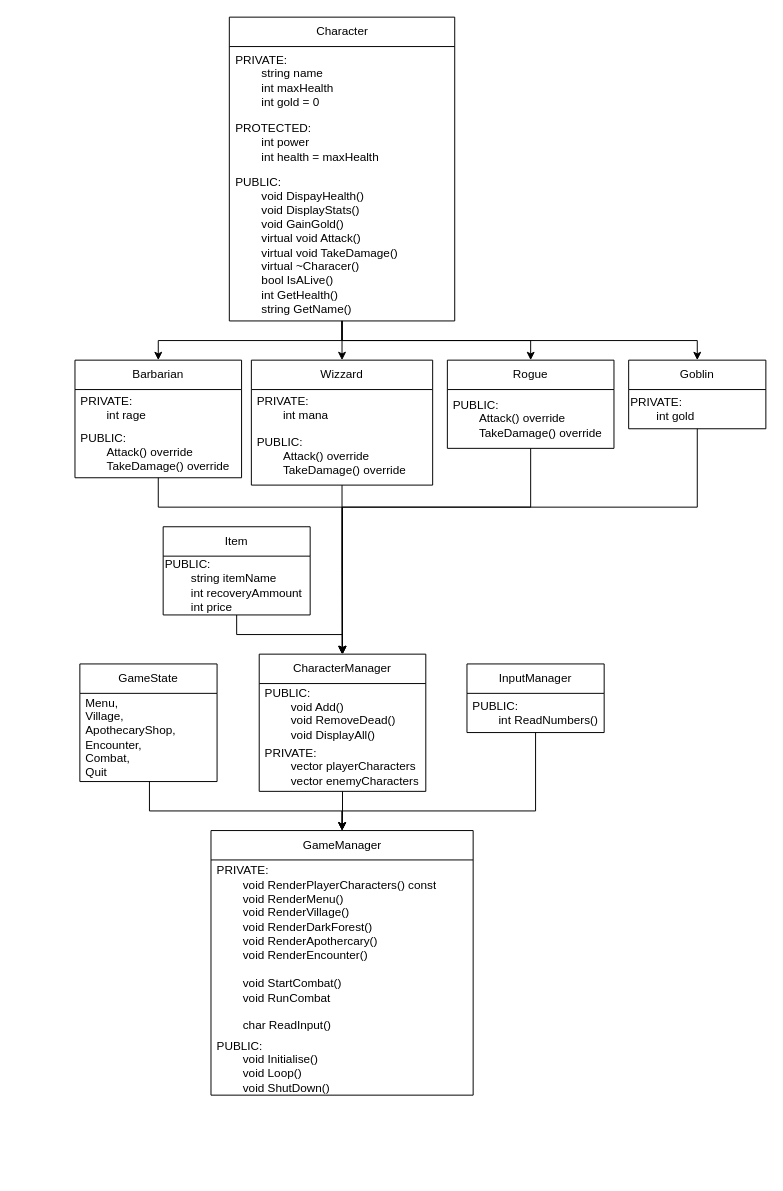
Before: RPG Console.drawio in Edouard-Laffont/RPG-Console, a draw.io diagram. Source tidied: cells renumbered, new cells numbered last; positions are measured from the earlier drawing's top-left corner, leaving out a move shared by most shapes. Both pictures are drawn from the tidied source at 98%, with x=0, y=0 at pixel (74, 17).
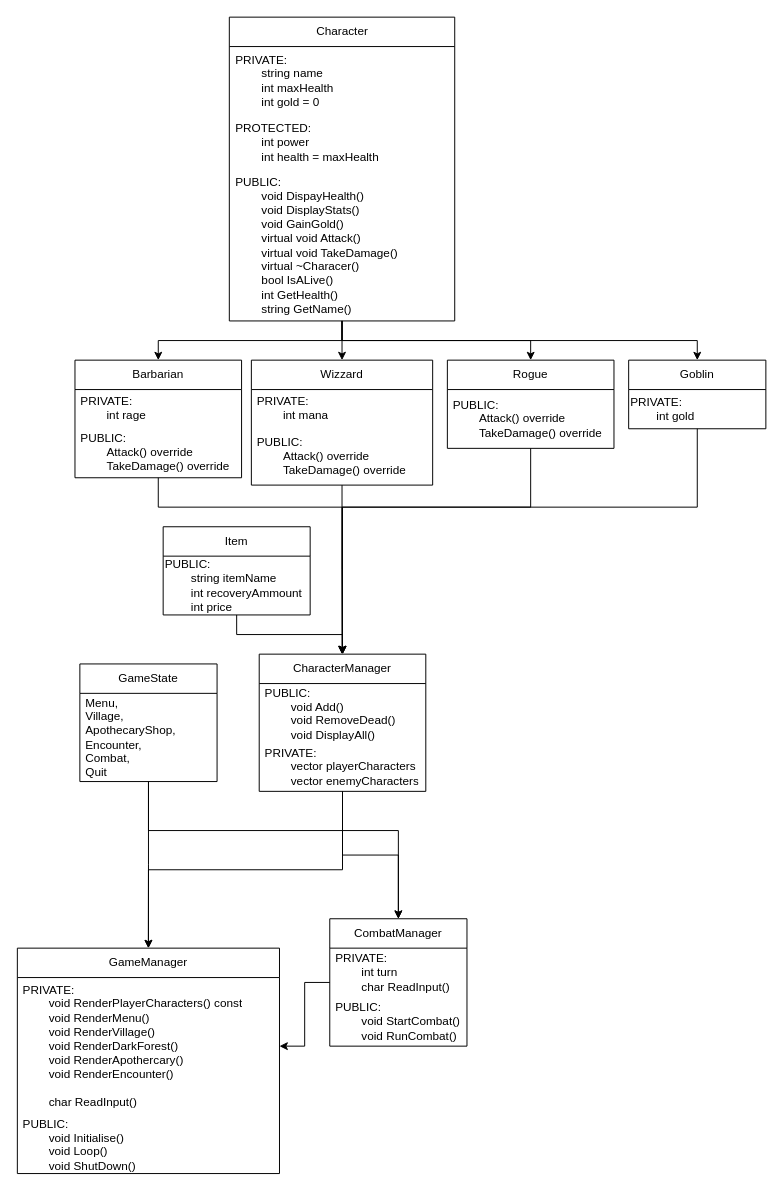
After the change.

Commit message (it also covers changes not shown here):
Mettre à jour RPG Console.drawio

Unchanged cells that the change refers to:
```xml
<mxCell id="22" value="CharacterManager" style="swimlane;fontStyle=0;horizontal=1;startSize=30;whiteSpace=wrap;html=1;" parent="1" vertex="1">
  <mxGeometry x="188" y="650" width="170" height="140" as="geometry" />
</mxCell>
<mxCell id="32" value="GameState" style="swimlane;fontStyle=0;horizontal=1;startSize=30;whiteSpace=wrap;html=1;" parent="1" vertex="1">
  <mxGeometry x="5" y="660" width="140" height="120" as="geometry" />
</mxCell>
```

Diff of the diagram source:
```diff
@@
-    <mxCell id="21" style="edgeStyle=orthogonalEdgeStyle;rounded=0;jettySize=auto;html=1;defaultLabelBackgroundColor=page;" parent="1" edge="1" source="22" target="25">
+    <mxCell id="21" style="edgeStyle=orthogonalEdgeStyle;rounded=0;jettySize=auto;html=1;entryX=0.5;entryY=0;entryDx=0;entryDy=0;defaultLabelBackgroundColor=page;" parent="1" edge="1" source="22" target="25">
       <mxGeometry relative="1" as="geometry" />
     </mxCell>
+    <mxCell id="40" style="edgeStyle=orthogonalEdgeStyle;rounded=0;jettySize=auto;html=1;entryX=0.5;entryY=0;entryDx=0;entryDy=0;defaultLabelBackgroundColor=page;" parent="1" edge="1" source="22" target="43">
+      <mxGeometry relative="1" as="geometry" />
+    </mxCell>
@@
     <mxCell id="25" value="GameManager" style="swimlane;fontStyle=0;horizontal=1;startSize=30;whiteSpace=wrap;html=1;" parent="1" vertex="1">
-      <mxGeometry x="138.8" y="830" width="267.5" height="270" as="geometry" />
+      <mxGeometry x="-58.8" y="950" width="267.5" height="230" as="geometry" />
     </mxCell>
-    <mxCell id="26" value="PRIVATE:&lt;div&gt;&lt;span style=&quot;white-space: pre;&quot;&gt;&#9;&lt;/span&gt;&lt;span style=&quot;background-color: transparent; color: light-dark(#000000, var(--ge-light-color, #ffffff));&quot;&gt;void RenderPlayerCharacters() const&lt;/span&gt;&lt;br&gt;&lt;/div&gt;&lt;div&gt;&lt;span style=&quot;white-space: pre;&quot;&gt;&#9;&lt;/span&gt;void RenderMenu()&lt;span style=&quot;background-color: transparent; color: light-dark(#000000, var(--ge-light-color, #ffffff));&quot;&gt;&lt;/span&gt;&lt;/div&gt;&lt;div&gt;&lt;span style=&quot;white-space: pre;&quot;&gt;&#9;&lt;/span&gt;void RenderVillage()&lt;br&gt;&lt;/div&gt;&lt;div&gt;&lt;span style=&quot;white-space: pre;&quot;&gt;&#9;&lt;/span&gt;void RenderDarkForest()&lt;br&gt;&lt;/div&gt;&lt;div&gt;&lt;span style=&quot;white-space: pre;&quot;&gt;&#9;&lt;/span&gt;void RenderApothercary()&lt;/div&gt;&lt;div&gt;&lt;span style=&quot;white-space: pre;&quot;&gt;&#9;&lt;/span&gt;void RenderEncounter()&lt;/div&gt;&lt;div&gt;&lt;br&gt;&lt;/div&gt;&lt;div&gt;&lt;span style=&quot;white-space: pre;&quot;&gt;&#9;&lt;/span&gt;void StartCombat()&lt;/div&gt;&lt;div&gt;&lt;span style=&quot;white-space: pre;&quot;&gt;&#9;&lt;/span&gt;void RunCombat&lt;/div&gt;&lt;div&gt;&lt;br&gt;&lt;/div&gt;&lt;div&gt;&lt;span style=&quot;white-space: pre;&quot;&gt;&#9;&lt;/span&gt;char ReadInput()&lt;/div&gt;" style="text;strokeColor=none;fillColor=none;align=left;verticalAlign=middle;spacingLeft=4;spacingRight=4;overflow=hidden;points=[[0,0.5],[1,0.5]];portConstraint=eastwest;whiteSpace=wrap;html=1;" parent="25" vertex="1">
-      <mxGeometry y="30" width="267.5" height="180" as="geometry" />
+    <mxCell id="26" value="PRIVATE:&lt;div&gt;&lt;span style=&quot;white-space: pre;&quot;&gt;&#9;&lt;/span&gt;&lt;span style=&quot;background-color: transparent; color: light-dark(#000000, var(--ge-light-color, #ffffff));&quot;&gt;void RenderPlayerCharacters() const&lt;/span&gt;&lt;br&gt;&lt;/div&gt;&lt;div&gt;&lt;span style=&quot;white-space: pre;&quot;&gt;&#9;&lt;/span&gt;void RenderMenu()&lt;span style=&quot;background-color: transparent; color: light-dark(#000000, var(--ge-light-color, #ffffff));&quot;&gt;&lt;/span&gt;&lt;/div&gt;&lt;div&gt;&lt;span style=&quot;white-space: pre;&quot;&gt;&#9;&lt;/span&gt;void RenderVillage()&lt;br&gt;&lt;/div&gt;&lt;div&gt;&lt;span style=&quot;white-space: pre;&quot;&gt;&#9;&lt;/span&gt;void RenderDarkForest()&lt;br&gt;&lt;/div&gt;&lt;div&gt;&lt;span style=&quot;white-space: pre;&quot;&gt;&#9;&lt;/span&gt;void RenderApothercary()&lt;/div&gt;&lt;div&gt;&lt;span style=&quot;white-space: pre;&quot;&gt;&#9;&lt;/span&gt;void RenderEncounter()&lt;/div&gt;&lt;div&gt;&lt;br&gt;&lt;/div&gt;&lt;div&gt;&lt;span style=&quot;white-space: pre;&quot;&gt;&#9;&lt;/span&gt;char ReadInput()&lt;/div&gt;" style="text;strokeColor=none;fillColor=none;align=left;verticalAlign=middle;spacingLeft=4;spacingRight=4;overflow=hidden;points=[[0,0.5],[1,0.5]];portConstraint=eastwest;whiteSpace=wrap;html=1;" parent="25" vertex="1">
+      <mxGeometry y="30" width="267.5" height="140" as="geometry" />
     </mxCell>
     <mxCell id="27" value="PUBLIC:&lt;div&gt;&lt;span style=&quot;white-space: pre;&quot;&gt;&#9;&lt;/span&gt;void Initialise()&lt;br&gt;&lt;/div&gt;&lt;div&gt;&lt;span style=&quot;white-space: pre;&quot;&gt;&#9;&lt;/span&gt;void Loop()&lt;br&gt;&lt;/div&gt;&lt;div&gt;&lt;span style=&quot;white-space: pre;&quot;&gt;&#9;&lt;/span&gt;void ShutDown()&lt;/div&gt;" style="text;strokeColor=none;fillColor=none;align=left;verticalAlign=middle;spacingLeft=4;spacingRight=4;overflow=hidden;whiteSpace=wrap;html=1;" parent="25" vertex="1">
-      <mxGeometry y="210" width="267.5" height="60" as="geometry" />
+      <mxGeometry y="170" width="267.5" height="60" as="geometry" />
     </mxCell>
-    <mxCell id="28" style="edgeStyle=orthogonalEdgeStyle;rounded=0;jettySize=auto;html=1;defaultLabelBackgroundColor=page;" parent="1" edge="1" source="29" target="25">
-      <mxGeometry relative="1" as="geometry">
-        <Array as="points">
-          <mxPoint x="470" y="810" />
-          <mxPoint x="272.5" y="810" />
-        </Array>
-      </mxGeometry>
-    </mxCell>
-    <mxCell id="29" value="InputManager" style="swimlane;fontStyle=0;horizontal=1;startSize=30;whiteSpace=wrap;html=1;" parent="1" vertex="1">
-      <mxGeometry x="400" y="660" width="140" height="70" as="geometry" />
-    </mxCell>
-    <mxCell id="30" value="PUBLIC:&lt;div&gt;&lt;span style=&quot;white-space: pre;&quot;&gt;&#9;&lt;/span&gt;int ReadNumbers()&lt;br&gt;&lt;/div&gt;" style="text;strokeColor=none;fillColor=none;align=left;verticalAlign=middle;spacingLeft=4;spacingRight=4;overflow=hidden;whiteSpace=wrap;html=1;" parent="29" vertex="1">
-      <mxGeometry y="30" width="140" height="40" as="geometry" />
-    </mxCell>
     <mxCell id="31" style="edgeStyle=orthogonalEdgeStyle;rounded=0;jettySize=auto;html=1;entryX=0.5;entryY=0;entryDx=0;entryDy=0;defaultLabelBackgroundColor=page;" parent="1" edge="1" source="32" target="25">
-      <mxGeometry relative="1" as="geometry">
-        <Array as="points">
-          <mxPoint x="76" y="810" />
-          <mxPoint x="272.5" y="810" />
-        </Array>
-      </mxGeometry>
+      <mxGeometry relative="1" as="geometry" />
     </mxCell>
+    <mxCell id="41" style="edgeStyle=orthogonalEdgeStyle;rounded=0;jettySize=auto;html=1;defaultLabelBackgroundColor=page;flowAnimation=0;" parent="1" edge="1" source="32" target="43">
+      <mxGeometry relative="1" as="geometry">
+        <Array as="points">
+          <mxPoint x="75" y="830" />
+          <mxPoint x="330" y="830" />
+        </Array>
+      </mxGeometry>
+    </mxCell>
@@
+    <mxCell id="42" style="edgeStyle=orthogonalEdgeStyle;rounded=0;jettySize=auto;html=1;defaultLabelBackgroundColor=page;" parent="1" edge="1" source="43" target="26">
+      <mxGeometry relative="1" as="geometry" />
+    </mxCell>
+    <mxCell id="43" value="CombatManager" style="swimlane;fontStyle=0;horizontal=1;startSize=30;whiteSpace=wrap;html=1;" parent="1" vertex="1">
+      <mxGeometry x="260" y="920" width="140" height="130" as="geometry" />
+    </mxCell>
+    <mxCell id="44" value="PRIVATE:&lt;div&gt;&lt;span style=&quot;white-space: pre;&quot;&gt;&#9;&lt;/span&gt;int turn&lt;br&gt;&lt;/div&gt;&lt;div&gt;&lt;span style=&quot;white-space: pre;&quot;&gt;&#9;&lt;/span&gt;char ReadInput()&lt;/div&gt;" style="text;strokeColor=none;fillColor=none;align=left;verticalAlign=middle;spacingLeft=4;spacingRight=4;overflow=hidden;whiteSpace=wrap;html=1;" parent="43" vertex="1">
+      <mxGeometry y="30" width="140" height="50" as="geometry" />
+    </mxCell>
+    <mxCell id="45" value="PUBLIC:&lt;div&gt;&lt;span style=&quot;white-space: pre;&quot;&gt;&#9;&lt;/span&gt;void StartCombat()&lt;br&gt;&lt;/div&gt;&lt;div&gt;&lt;span style=&quot;white-space: pre;&quot;&gt;&#9;&lt;/span&gt;void RunCombat()&lt;br&gt;&lt;/div&gt;" style="text;strokeColor=none;fillColor=none;align=left;verticalAlign=middle;spacingLeft=4;spacingRight=4;overflow=hidden;whiteSpace=wrap;html=1;" parent="43" vertex="1">
+      <mxGeometry y="80" width="140" height="50" as="geometry" />
+    </mxCell>
```
